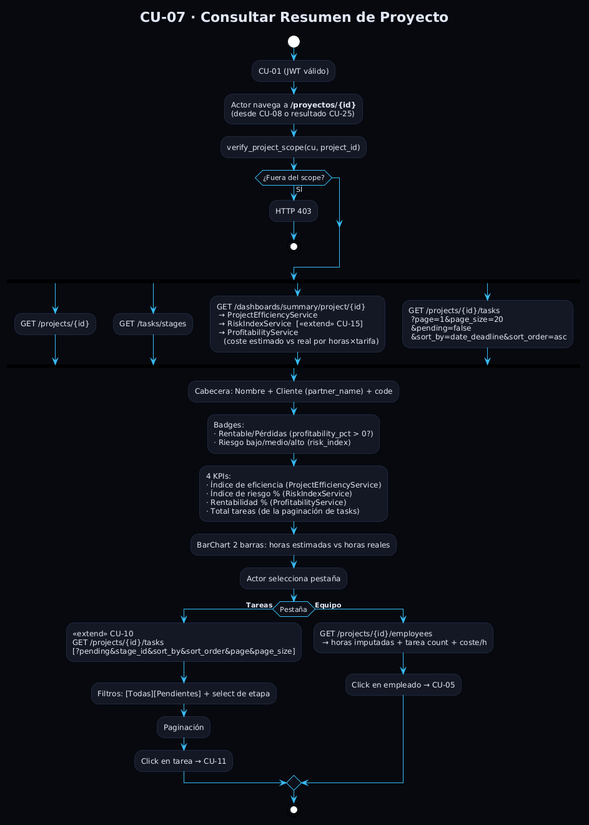
Above: Estudiantes/cesar-garcia-eguiguren/Capítulo-2/imagenes/CdU/flujoCU07.png in LorenzoPerezUnea/GII-TFG-2026 (PlantUML), before the change.
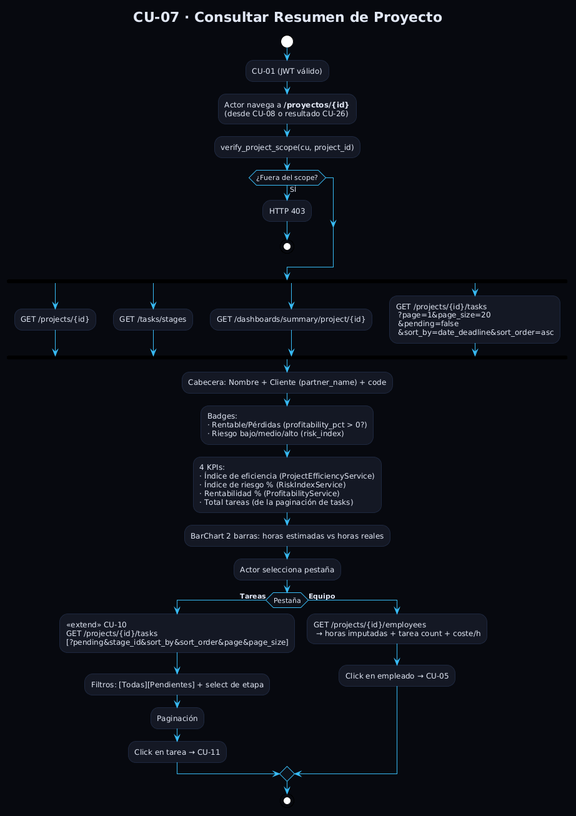
After the commit.

Change to the diagram source:
```diff
@@ -14,7 +14,7 @@
 
 :CU-01 (JWT válido);
 :Actor navega a **/proyectos/{id}**
-(desde CU-08 o resultado CU-25);
+(desde CU-08 o resultado CU-26);
 
 :verify_project_scope(cu, project_id);
 
@@ -28,11 +28,8 @@
 fork again
   :GET /tasks/stages;
 fork again
-  :GET /dashboards/summary/project/{id}
-   → ProjectEfficiencyService
-   → RiskIndexService  [<<extend>> CU-15]
-   → ProfitabilityService
-     (coste estimado vs real por horas×tarifa);
+  :GET /dashboards/summary/project/{id};
+
 fork again
   :GET /projects/{id}/tasks
    ?page=1&page_size=20
```
